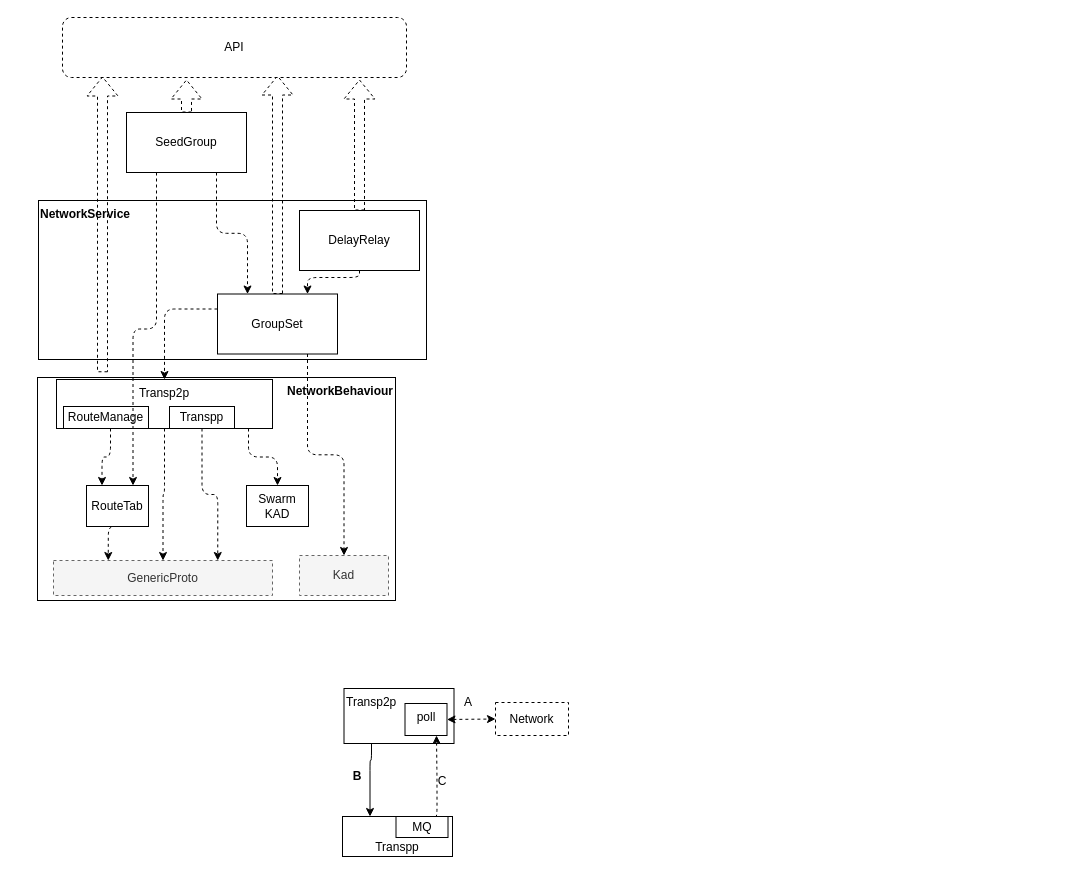
Earlier version of the draw.io diagram page "网络层理解" (5 of 16) of 设计说明/system.drawio (plotozhu/PynxDoc). Source tidied: cells renumbered, new cells numbered last; positions are measured from the earlier drawing's top-left corner, leaving out a move shared by most shapes. Both pictures are drawn from the tidied source at 100%, with x=0, y=0 at pixel (37, 17).
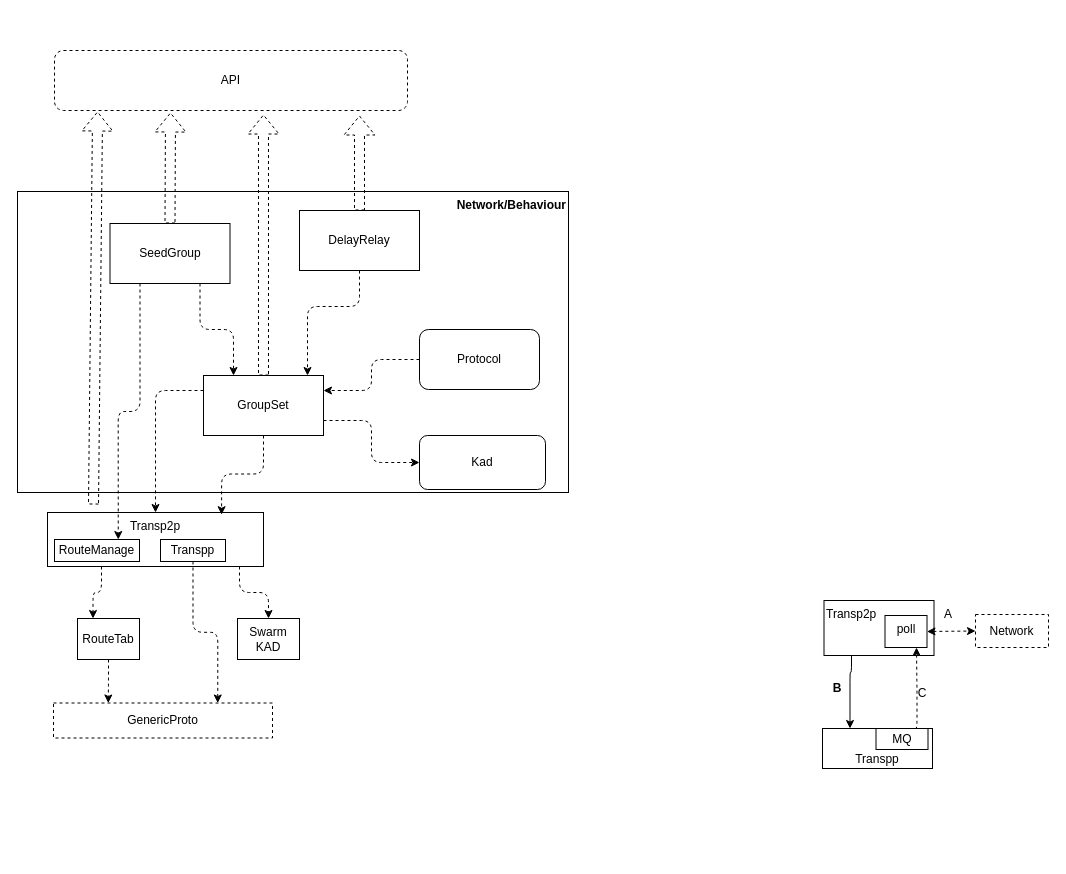
Above is the later version.

Unchanged cells that the change refers to:
```xml
<mxCell id="20" value="DelayRelay" style="rounded=0;whiteSpace=wrap;html=1;strokeColor=#000000;fillColor=none;align=center;" parent="1" vertex="1">
  <mxGeometry x="262" y="193" width="120" height="60" as="geometry" />
</mxCell>
```

The edit, as a diff of the source:
```diff
@@
     <mxCell id="2" value="Transp2p" style="rounded=0;whiteSpace=wrap;html=1;strokeColor=#000000;fillColor=none;align=left;verticalAlign=top;" parent="1" vertex="1">
-      <mxGeometry x="306.5" y="671" width="110" height="55" as="geometry" />
+      <mxGeometry x="786.5" y="583" width="110" height="55" as="geometry" />
     </mxCell>
-    <mxCell id="3" value="NetworkService" style="rounded=0;whiteSpace=wrap;html=1;align=left;verticalAlign=top;fontStyle=1;" parent="1" vertex="1">
-      <mxGeometry x="1" y="183" width="388" height="159" as="geometry" />
-    </mxCell>
-    <mxCell id="4" value="NetworkBehaviour" style="rounded=0;whiteSpace=wrap;html=1;fontStyle=1;align=right;verticalAlign=top;" parent="1" vertex="1">
-      <mxGeometry y="360" width="358" height="223" as="geometry" />
+    <mxCell id="4" value="Network/Behaviour" style="rounded=0;whiteSpace=wrap;html=1;fontStyle=1;align=right;verticalAlign=top;" parent="1" vertex="1">
+      <mxGeometry x="-20" y="174" width="551" height="301" as="geometry" />
     </mxCell>
-    <mxCell id="5" value="GenericProto" style="rounded=0;whiteSpace=wrap;html=1;strokeColor=#666666;fillColor=#f5f5f5;align=center;dashed=1;fontColor=#333333;" parent="1" vertex="1">
-      <mxGeometry x="16" y="543" width="219" height="35" as="geometry" />
+    <mxCell id="5" value="GenericProto" style="rounded=0;whiteSpace=wrap;html=1;align=center;dashed=1;" parent="1" vertex="1">
+      <mxGeometry x="16" y="685.5" width="219" height="35" as="geometry" />
     </mxCell>
-    <mxCell id="6" style="edgeStyle=orthogonalEdgeStyle;rounded=1;jettySize=auto;html=1;exitX=0.5;exitY=1;exitDx=0;exitDy=0;dashed=1;startArrow=none;startFill=0;endArrow=classic;endFill=1;" parent="1" edge="1" source="8" target="5">
-      <mxGeometry relative="1" as="geometry" />
-    </mxCell>
@@
     <mxCell id="8" value="Transp2p" style="rounded=0;whiteSpace=wrap;html=1;strokeColor=#000000;fillColor=none;align=center;verticalAlign=top;" parent="1" vertex="1">
-      <mxGeometry x="19" y="362" width="216" height="49" as="geometry" />
+      <mxGeometry x="10" y="495" width="216" height="54" as="geometry" />
     </mxCell>
     <mxCell id="9" value="Swarm KAD" style="rounded=0;whiteSpace=wrap;html=1;strokeColor=#000000;fillColor=none;align=center;" parent="1" vertex="1">
-      <mxGeometry x="209" y="468" width="62" height="41" as="geometry" />
+      <mxGeometry x="200" y="601" width="62" height="41" as="geometry" />
     </mxCell>
@@
-    <mxCell id="11" style="edgeStyle=orthogonalEdgeStyle;rounded=1;jettySize=auto;html=1;exitX=0.75;exitY=1;exitDx=0;exitDy=0;dashed=1;startArrow=none;startFill=0;endArrow=classic;endFill=1;" parent="1" edge="1" source="12" target="18">
+    <mxCell id="11" style="edgeStyle=orthogonalEdgeStyle;rounded=1;jettySize=auto;html=1;exitX=1;exitY=0.75;exitDx=0;exitDy=0;dashed=1;startArrow=none;startFill=0;endArrow=classic;endFill=1;" parent="1" edge="1" source="12" target="18">
       <mxGeometry relative="1" as="geometry" />
     </mxCell>
+    <mxCell id="40" style="edgeStyle=orthogonalEdgeStyle;rounded=1;jettySize=auto;html=1;exitX=0.5;exitY=1;exitDx=0;exitDy=0;entryX=0.806;entryY=0.041;entryDx=0;entryDy=0;entryPerimeter=0;dashed=1;strokeWidth=1;" parent="1" edge="1" source="12" target="8">
+      <mxGeometry relative="1" as="geometry" />
+    </mxCell>
     <mxCell id="12" value="GroupSet" style="rounded=0;whiteSpace=wrap;html=1;strokeColor=#000000;fillColor=none;align=center;" parent="1" vertex="1">
-      <mxGeometry x="180" y="276.5" width="120" height="60" as="geometry" />
+      <mxGeometry x="166" y="358" width="120" height="60" as="geometry" />
     </mxCell>
-    <mxCell id="13" style="edgeStyle=orthogonalEdgeStyle;rounded=1;jettySize=auto;html=1;exitX=0.25;exitY=1;exitDx=0;exitDy=0;dashed=1;startArrow=none;startFill=0;endArrow=classic;endFill=1;entryX=0.75;entryY=0;entryDx=0;entryDy=0;" parent="1" edge="1" source="15" target="17">
+    <mxCell id="13" style="edgeStyle=orthogonalEdgeStyle;rounded=1;jettySize=auto;html=1;exitX=0.25;exitY=1;exitDx=0;exitDy=0;dashed=1;startArrow=none;startFill=0;endArrow=classic;endFill=1;entryX=0.75;entryY=0;entryDx=0;entryDy=0;" parent="1" edge="1" source="15" target="39">
       <mxGeometry relative="1" as="geometry" />
     </mxCell>
@@
     <mxCell id="15" value="SeedGroup" style="rounded=0;whiteSpace=wrap;html=1;strokeColor=#000000;fillColor=none;align=center;" parent="1" vertex="1">
-      <mxGeometry x="89" y="95" width="120" height="60" as="geometry" />
+      <mxGeometry x="72.5" y="206" width="120" height="60" as="geometry" />
     </mxCell>
@@
     <mxCell id="17" value="RouteTab" style="rounded=0;whiteSpace=wrap;html=1;strokeColor=#000000;fillColor=none;align=center;" parent="1" vertex="1">
-      <mxGeometry x="49" y="468" width="62" height="41" as="geometry" />
+      <mxGeometry x="40" y="601" width="62" height="41" as="geometry" />
     </mxCell>
-    <mxCell id="18" value="Kad" style="rounded=0;whiteSpace=wrap;html=1;strokeColor=#666666;fillColor=#f5f5f5;align=center;dashed=1;fontColor=#333333;" parent="1" vertex="1">
-      <mxGeometry x="262" y="538" width="89" height="40" as="geometry" />
+    <mxCell id="18" value="Kad" style="rounded=1;whiteSpace=wrap;html=1;align=center;strokeColor=#000000;" parent="1" vertex="1">
+      <mxGeometry x="382" y="418" width="126" height="54" as="geometry" />
     </mxCell>
-    <mxCell id="19" style="edgeStyle=orthogonalEdgeStyle;rounded=1;jettySize=auto;html=1;exitX=0.5;exitY=1;exitDx=0;exitDy=0;entryX=0.75;entryY=0;entryDx=0;entryDy=0;startArrow=none;startFill=0;endArrow=classic;endFill=1;dashed=1;" parent="1" edge="1" source="20" target="12">
+    <mxCell id="19" style="edgeStyle=orthogonalEdgeStyle;rounded=1;jettySize=auto;html=1;exitX=0.5;exitY=1;exitDx=0;exitDy=0;startArrow=none;startFill=0;endArrow=classic;endFill=1;dashed=1;" parent="1" edge="1" source="20" target="12">
       <mxGeometry relative="1" as="geometry">
         <Array as="points">
-          <mxPoint x="322" y="260" />
-          <mxPoint x="270" y="260" />
+          <mxPoint x="322" y="289" />
+          <mxPoint x="270" y="289" />
         </Array>
       </mxGeometry>
     </mxCell>
@@
     <mxCell id="21" style="shape=flexArrow;endArrow=classic;html=1;dashed=1;exitX=0.5;exitY=0;exitDx=0;exitDy=0;" parent="1" edge="1" source="15">
       <mxGeometry relative="1" as="geometry">
-        <mxPoint x="149" y="62" as="targetPoint" />
+        <mxPoint x="133" y="95" as="targetPoint" />
       </mxGeometry>
     </mxCell>
-    <mxCell id="22" style="shape=flexArrow;endArrow=classic;html=1;dashed=1;exitX=0.5;exitY=0;exitDx=0;exitDy=0;" parent="1" edge="1" source="12">
-      <mxGeometry relative="1" as="geometry">
-        <mxPoint x="240" y="58" as="targetPoint" />
-      </mxGeometry>
+    <mxCell id="22" style="shape=flexArrow;endArrow=classic;html=1;dashed=1;exitX=0.5;exitY=0;exitDx=0;exitDy=0;entryX=0.592;entryY=1.067;entryDx=0;entryDy=0;entryPerimeter=0;" parent="1" edge="1" source="12" target="24">
+      <mxGeometry relative="1" as="geometry" />
     </mxCell>
     <mxCell id="23" style="shape=flexArrow;endArrow=classic;html=1;dashed=1;exitX=0.5;exitY=0;exitDx=0;exitDy=0;" parent="1" edge="1" source="20">
       <mxGeometry relative="1" as="geometry">
-        <mxPoint x="322" y="62" as="targetPoint" />
+        <mxPoint x="322" y="98" as="targetPoint" />
       </mxGeometry>
     </mxCell>
     <mxCell id="24" value="API" style="rounded=1;whiteSpace=wrap;html=1;dashed=1;" parent="1" vertex="1">
-      <mxGeometry x="25" width="344" height="60" as="geometry" />
+      <mxGeometry x="17" y="33" width="353" height="60" as="geometry" />
     </mxCell>
-    <mxCell id="25" style="shape=flexArrow;endArrow=classic;html=1;dashed=1;exitX=0.213;exitY=-0.148;exitDx=0;exitDy=0;exitPerimeter=0;" parent="1" edge="1" source="8">
-      <mxGeometry relative="1" as="geometry">
-        <mxPoint x="65" y="59" as="targetPoint" />
-      </mxGeometry>
+    <mxCell id="25" style="shape=flexArrow;endArrow=classic;html=1;dashed=1;exitX=0.213;exitY=-0.148;exitDx=0;exitDy=0;exitPerimeter=0;entryX=0.122;entryY=1.017;entryDx=0;entryDy=0;entryPerimeter=0;" parent="1" edge="1" source="8" target="24">
+      <mxGeometry relative="1" as="geometry" />
     </mxCell>
@@
     <mxCell id="27" value="Transpp" style="rounded=0;whiteSpace=wrap;html=1;strokeColor=#000000;fillColor=none;align=center;" parent="1" vertex="1">
-      <mxGeometry x="132" y="389" width="65" height="22" as="geometry" />
+      <mxGeometry x="123" y="522" width="65" height="22" as="geometry" />
     </mxCell>
@@
     <mxCell id="29" value="Transpp" style="rounded=0;whiteSpace=wrap;html=1;strokeColor=#000000;fillColor=none;align=center;verticalAlign=bottom;" parent="1" vertex="1">
-      <mxGeometry x="305" y="799" width="110" height="40" as="geometry" />
+      <mxGeometry x="785" y="711" width="110" height="40" as="geometry" />
     </mxCell>
     <mxCell id="30" value="poll" style="rounded=0;whiteSpace=wrap;html=1;align=center;verticalAlign=top;" parent="1" vertex="1">
-      <mxGeometry x="367.5" y="686" width="42" height="32" as="geometry" />
+      <mxGeometry x="847.5" y="598" width="42" height="32" as="geometry" />
     </mxCell>
     <mxCell id="31" style="endArrow=classic;html=1;exitX=0.25;exitY=1;exitDx=0;exitDy=0;entryX=0.25;entryY=0;entryDx=0;entryDy=0;edgeStyle=orthogonalEdgeStyle;" parent="1" edge="1" source="2" target="29">
       <mxGeometry relative="1" as="geometry">
         <Array as="points">
-          <mxPoint x="334.5" y="743" />
-          <mxPoint x="332.5" y="743" />
+          <mxPoint x="814.5" y="655" />
+          <mxPoint x="812.5" y="655" />
         </Array>
       </mxGeometry>
     </mxCell>
     <mxCell id="32" value="&lt;b&gt;B&lt;/b&gt;" style="text;html=1;strokeColor=none;fillColor=none;align=center;verticalAlign=middle;whiteSpace=wrap;rounded=0;" parent="1" vertex="1">
-      <mxGeometry x="300" y="748.5" width="40" height="20" as="geometry" />
+      <mxGeometry x="780" y="660.5" width="40" height="20" as="geometry" />
     </mxCell>
     <mxCell id="33" value="C" style="text;html=1;strokeColor=none;fillColor=none;align=center;verticalAlign=middle;whiteSpace=wrap;rounded=0;" parent="1" vertex="1">
-      <mxGeometry x="384.5" y="753.5" width="40" height="20" as="geometry" />
+      <mxGeometry x="864.5" y="665.5" width="40" height="20" as="geometry" />
     </mxCell>
     <mxCell id="34" value="Network" style="rounded=0;whiteSpace=wrap;html=1;align=center;dashed=1;" parent="1" vertex="1">
-      <mxGeometry x="458" y="685" width="73" height="33" as="geometry" />
+      <mxGeometry x="938" y="597" width="73" height="33" as="geometry" />
     </mxCell>
     <mxCell id="35" style="endArrow=classic;html=1;exitX=0.75;exitY=0;exitDx=0;exitDy=0;dashed=1;edgeStyle=orthogonalEdgeStyle;entryX=0.75;entryY=1;entryDx=0;entryDy=0;" parent="1" edge="1" source="36" target="30">
       <mxGeometry relative="1" as="geometry">
         <Array as="points">
-          <mxPoint x="399.5" y="799" />
-          <mxPoint x="399.5" y="761" />
+          <mxPoint x="879.5" y="711" />
+          <mxPoint x="879.5" y="673" />
         </Array>
       </mxGeometry>
     </mxCell>
     <mxCell id="36" value="MQ" style="rounded=0;whiteSpace=wrap;html=1;align=center;" parent="1" vertex="1">
-      <mxGeometry x="358.5" y="799" width="52" height="21" as="geometry" />
+      <mxGeometry x="838.5" y="711" width="52" height="21" as="geometry" />
     </mxCell>
@@
     <mxCell id="38" value="A" style="text;html=1;strokeColor=none;fillColor=none;align=center;verticalAlign=middle;whiteSpace=wrap;rounded=0;dashed=1;" parent="1" vertex="1">
-      <mxGeometry x="410.5" y="674.5" width="40" height="20" as="geometry" />
+      <mxGeometry x="890.5" y="586.5" width="40" height="20" as="geometry" />
     </mxCell>
     <mxCell id="39" value="RouteManage" style="rounded=0;whiteSpace=wrap;html=1;strokeColor=#000000;fillColor=none;align=center;" parent="1" vertex="1">
-      <mxGeometry x="26" y="389" width="85" height="22" as="geometry" />
+      <mxGeometry x="17" y="522" width="85" height="22" as="geometry" />
     </mxCell>
+    <mxCell id="41" style="edgeStyle=orthogonalEdgeStyle;rounded=1;jettySize=auto;html=1;entryX=1;entryY=0.25;entryDx=0;entryDy=0;dashed=1;strokeWidth=1;" parent="1" edge="1" source="42" target="12">
+      <mxGeometry relative="1" as="geometry" />
+    </mxCell>
+    <mxCell id="42" value="Protocol" style="rounded=1;whiteSpace=wrap;html=1;" parent="1" vertex="1">
+      <mxGeometry x="382" y="312" width="120" height="60" as="geometry" />
+    </mxCell>
```
